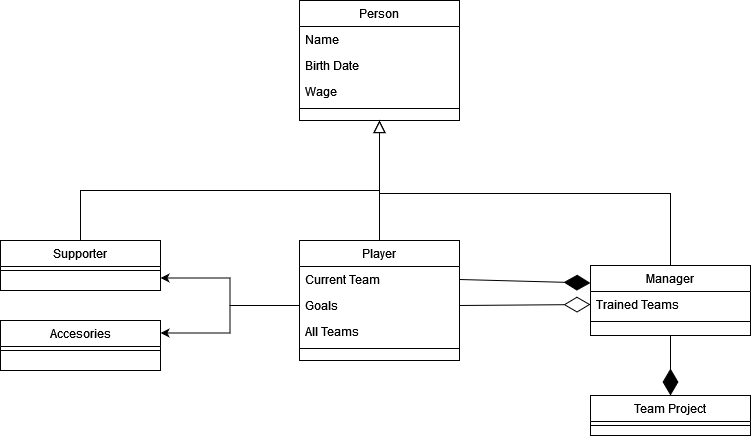
Above: UML.drawio.png in Simedrea-Mihai/OOP_Fundamentals (draw.io), before the change. Source tidied: cells renumbered, new cells last; positions are measured from the earlier drawing's top-left corner, leaving out a move shared by most shapes.
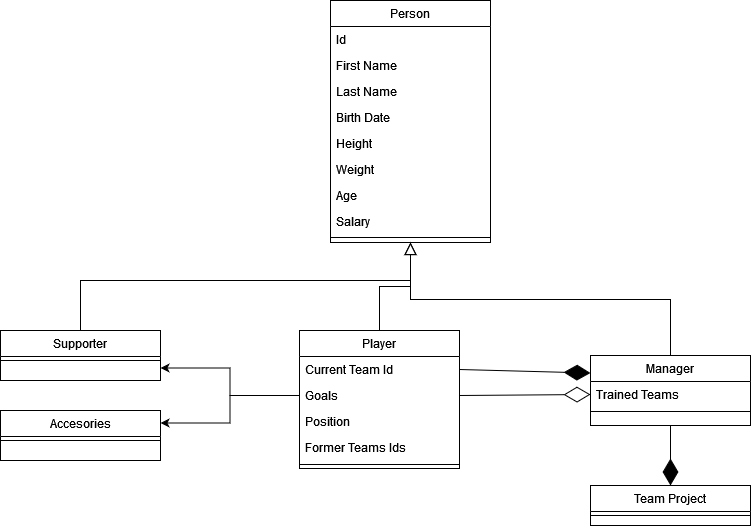
After the change.

What changed in the source:
```diff
@@ -3,34 +3,52 @@
     <mxCell id="0" />
     <mxCell id="1" parent="0" />
     <mxCell id="2" value="Person" style="swimlane;fontStyle=0;align=center;verticalAlign=top;horizontal=1;startSize=26;rounded=0;shadow=0;strokeWidth=1;" parent="1" vertex="1">
-      <mxGeometry x="299" width="160" height="120" as="geometry" />
+      <mxGeometry x="330" y="-90" width="160" height="242" as="geometry" />
     </mxCell>
+    <mxCell id="29" value="Id" style="text;align=left;verticalAlign=top;spacingLeft=4;spacingRight=4;overflow=hidden;" parent="2" vertex="1">
+      <mxGeometry y="26" width="160" height="26" as="geometry" />
+    </mxCell>
-    <mxCell id="3" value="Name" style="text;align=left;verticalAlign=top;spacingLeft=4;spacingRight=4;overflow=hidden;" parent="2" vertex="1">
-      <mxGeometry y="26" width="160" height="26" as="geometry" />
+    <mxCell id="3" value="First Name&#10;" style="text;align=left;verticalAlign=top;spacingLeft=4;spacingRight=4;overflow=hidden;" parent="2" vertex="1">
+      <mxGeometry y="52" width="160" height="26" as="geometry" />
     </mxCell>
+    <mxCell id="30" value="Last Name" style="text;align=left;verticalAlign=top;spacingLeft=4;spacingRight=4;overflow=hidden;" parent="2" vertex="1">
+      <mxGeometry y="78" width="160" height="26" as="geometry" />
+    </mxCell>
     <mxCell id="4" value="Birth Date" style="text;align=left;verticalAlign=top;spacingLeft=4;spacingRight=4;overflow=hidden;rounded=0;shadow=0;html=0;" parent="2" vertex="1">
-      <mxGeometry y="52" width="160" height="26" as="geometry" />
+      <mxGeometry y="104" width="160" height="26" as="geometry" />
     </mxCell>
+    <mxCell id="31" value="Height" style="text;align=left;verticalAlign=top;spacingLeft=4;spacingRight=4;overflow=hidden;rounded=0;shadow=0;html=0;" parent="2" vertex="1">
+      <mxGeometry y="130" width="160" height="26" as="geometry" />
+    </mxCell>
+    <mxCell id="32" value="Weight" style="text;align=left;verticalAlign=top;spacingLeft=4;spacingRight=4;overflow=hidden;rounded=0;shadow=0;html=0;" parent="2" vertex="1">
+      <mxGeometry y="156" width="160" height="26" as="geometry" />
+    </mxCell>
+    <mxCell id="33" value="Age" style="text;align=left;verticalAlign=top;spacingLeft=4;spacingRight=4;overflow=hidden;rounded=0;shadow=0;html=0;" parent="2" vertex="1">
+      <mxGeometry y="182" width="160" height="26" as="geometry" />
+    </mxCell>
-    <mxCell id="5" value="Wage" style="text;align=left;verticalAlign=top;spacingLeft=4;spacingRight=4;overflow=hidden;rounded=0;shadow=0;html=0;" parent="2" vertex="1">
-      <mxGeometry y="78" width="160" height="26" as="geometry" />
+    <mxCell id="5" value="Salary" style="text;align=left;verticalAlign=top;spacingLeft=4;spacingRight=4;overflow=hidden;rounded=0;shadow=0;html=0;" parent="2" vertex="1">
+      <mxGeometry y="208" width="160" height="26" as="geometry" />
     </mxCell>
     <mxCell id="6" style="line;html=1;strokeWidth=1;align=left;verticalAlign=middle;spacingTop=-1;spacingLeft=3;spacingRight=3;labelPosition=right;" parent="2" vertex="1">
-      <mxGeometry y="104" width="160" height="8" as="geometry" />
+      <mxGeometry y="234" width="160" height="6" as="geometry" />
     </mxCell>
     <mxCell id="7" value="Player" style="swimlane;fontStyle=0;align=center;verticalAlign=top;horizontal=1;startSize=26;rounded=0;shadow=0;strokeWidth=1;" parent="1" vertex="1">
-      <mxGeometry x="299" y="240" width="160" height="120" as="geometry" />
+      <mxGeometry x="299" y="240" width="160" height="138" as="geometry" />
     </mxCell>
-    <mxCell id="8" value="Current Team" style="text;align=left;verticalAlign=top;spacingLeft=4;spacingRight=4;overflow=hidden;points=[[0,0.5],[1,0.5]];portConstraint=eastwest;" parent="7" vertex="1">
+    <mxCell id="8" value="Current Team Id&#10;" style="text;align=left;verticalAlign=top;spacingLeft=4;spacingRight=4;overflow=hidden;points=[[0,0.5],[1,0.5]];portConstraint=eastwest;" parent="7" vertex="1">
       <mxGeometry y="26" width="160" height="26" as="geometry" />
     </mxCell>
     <mxCell id="9" value="Goals" style="text;align=left;verticalAlign=top;spacingLeft=4;spacingRight=4;overflow=hidden;points=[[0,0.5],[1,0.5]];portConstraint=eastwest;rounded=0;shadow=0;html=0;" parent="7" vertex="1">
       <mxGeometry y="52" width="160" height="26" as="geometry" />
     </mxCell>
+    <mxCell id="34" value="Position" style="text;align=left;verticalAlign=top;spacingLeft=4;spacingRight=4;overflow=hidden;rounded=0;shadow=0;html=0;" parent="7" vertex="1">
+      <mxGeometry y="78" width="160" height="26" as="geometry" />
+    </mxCell>
-    <mxCell id="10" value="All Teams" style="text;align=left;verticalAlign=top;spacingLeft=4;spacingRight=4;overflow=hidden;rounded=0;shadow=0;html=0;" parent="7" vertex="1">
-      <mxGeometry y="78" width="160" height="26" as="geometry" />
+    <mxCell id="10" value="Former Teams Ids" style="text;align=left;verticalAlign=top;spacingLeft=4;spacingRight=4;overflow=hidden;rounded=0;shadow=0;html=0;" parent="7" vertex="1">
+      <mxGeometry y="104" width="160" height="26" as="geometry" />
     </mxCell>
     <mxCell id="11" style="line;html=1;strokeWidth=1;align=left;verticalAlign=middle;spacingTop=-1;spacingLeft=3;spacingRight=3;labelPosition=right;" parent="7" vertex="1">
-      <mxGeometry y="104" width="160" height="8" as="geometry" />
+      <mxGeometry y="130" width="160" height="8" as="geometry" />
     </mxCell>
     <mxCell id="12" style="endArrow=block;endSize=10;endFill=0;shadow=0;strokeWidth=1;rounded=0;edgeStyle=elbowEdgeStyle;elbow=vertical;" parent="1" edge="1" source="7" target="2">
       <mxGeometry relative="1" as="geometry" />
@@ -80,13 +98,13 @@
     <mxCell id="27" style="endArrow=diamondThin;endFill=1;endSize=24;html=1;rounded=0;entryX=0;entryY=0.25;entryDx=0;entryDy=0;exitX=1;exitY=0.5;exitDx=0;exitDy=0;" parent="1" edge="1" source="8" target="13">
       <mxGeometry relative="1" as="geometry" />
     </mxCell>
-    <mxCell id="28" style="endArrow=none;html=1;rounded=0;exitX=0.5;exitY=0;exitDx=0;exitDy=0;" parent="1" edge="1" source="19">
-      <mxGeometry relative="1" as="geometry">
-        <mxPoint x="379" y="190" as="targetPoint" />
-        <Array as="points">
-          <mxPoint x="80" y="190" />
-        </Array>
-      </mxGeometry>
-    </mxCell>
+    <mxCell id="35" style="endArrow=none;html=1;rounded=0;exitX=0.5;exitY=0;exitDx=0;exitDy=0;" parent="1" edge="1" source="19">
+      <mxGeometry relative="1" as="geometry">
+        <mxPoint x="410" y="190" as="targetPoint" />
+        <Array as="points">
+          <mxPoint x="80" y="190" />
+        </Array>
+      </mxGeometry>
+    </mxCell>
   </root>
 </mxGraphModel>
```
